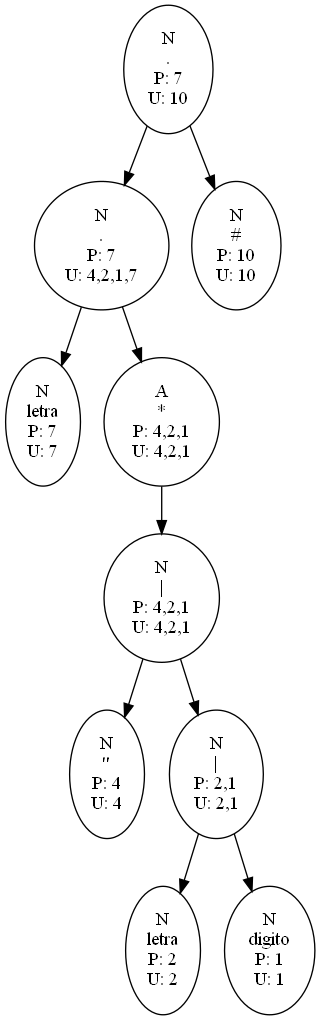
Earlier version of the Graphviz export Reportes_202003894/Arboles_202003894/ExpReg1.png (EstuardoSon/OCL1_202003894_P1). Its source is kept beside it as Reportes_202003894/Arboles_202003894/ExpReg1.dot.
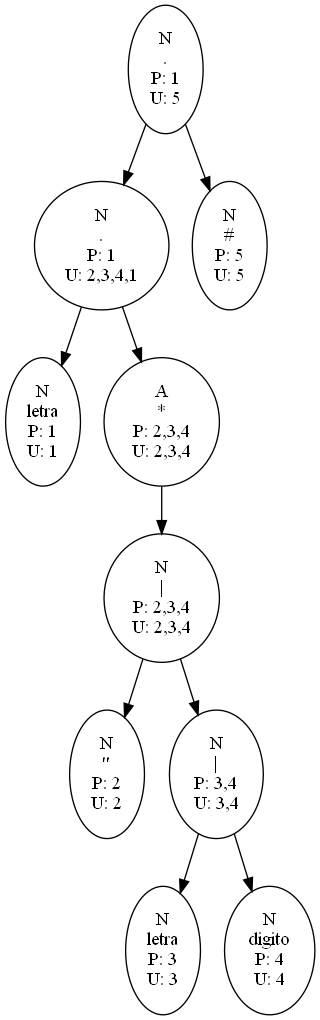
The same diagram one commit later.

Change to the diagram source:
```diff
@@ -1,50 +1,50 @@
 digraph G{
-9->8
-8->7
-7[label="N
+N5->N1
+N1->1
+1[label="N
 letra
-P: 7
-U: 7"];
-8[label="N
+P: 1
+U: 1"];
+N1[label="N
 .
-P: 7
-U: 4,2,1,7"];
-8->6
-6->5
-5->4
+P: 1
+U: 2,3,4,1"];
+N1->N4
+N4->N2
+N2->2
+2[label="N
+\"
+P: 2
+U: 2"];
+N2[label="N
+|
+P: 2,3,4
+U: 2,3,4"];
+N2->N3
+N3->3
+3[label="N
+letra
+P: 3
+U: 3"];
+N3[label="N
+|
+P: 3,4
+U: 3,4"];
+N3->4
 4[label="N
-\"
+digito
 P: 4
 U: 4"];
+N4[label="A
+*
+P: 2,3,4
+U: 2,3,4"];
+N5[label="N
+.
+P: 1
+U: 5"];
+N5->5
 5[label="N
-|
-P: 4,2,1
-U: 4,2,1"];
-5->3
-3->2
-2[label="N
-letra
-P: 2
-U: 2"];
-3[label="N
-|
-P: 2,1
-U: 2,1"];
-3->1
-1[label="N
-digito
-P: 1
-U: 1"];
-6[label="A
-*
-P: 4,2,1
-U: 4,2,1"];
-9[label="N
-.
-P: 7
-U: 10"];
-9->10
-10[label="N
-P: 10
-U: 10"];
+P: 5
+U: 5"];
 }
```
